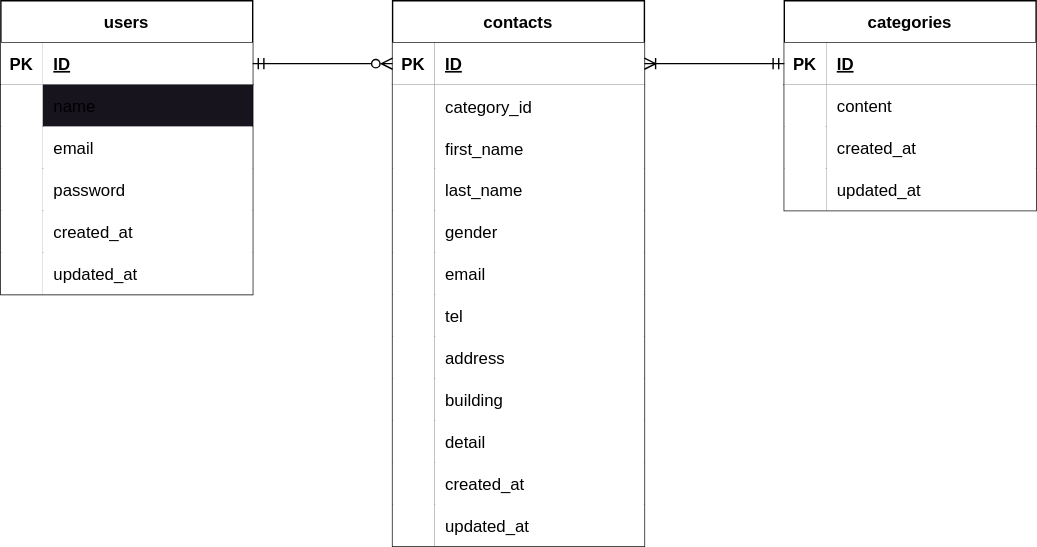
Above: test.drawio.svg in ghshzk/confirmation-test (draw.io), before the change. Source tidied: cells renumbered, new cells last; positions are measured from the earlier drawing's top-left corner, leaving out a move shared by most shapes.
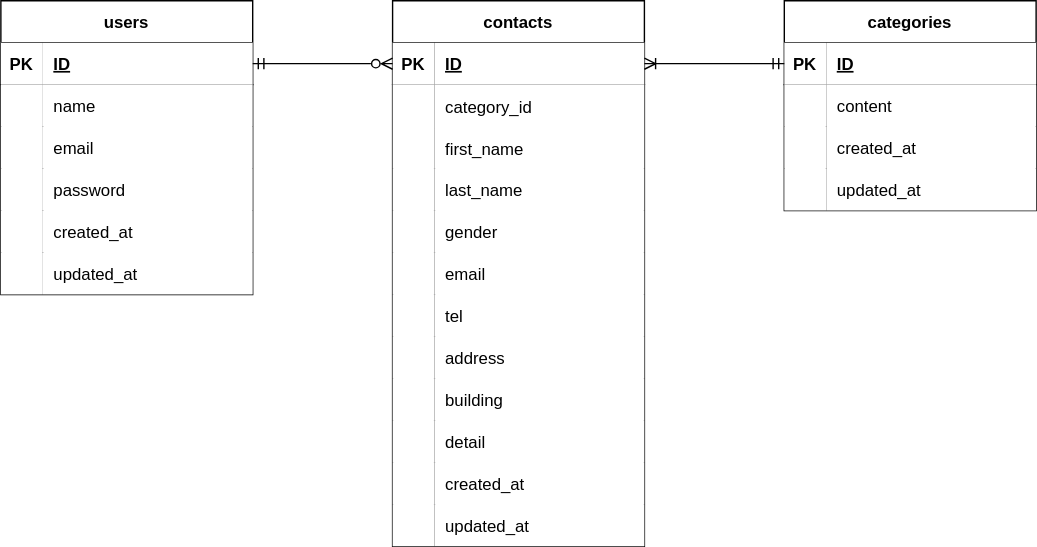
The same file after the commit.

Change to the diagram source:
```diff
@@ -1,4 +1,4 @@
-<mxGraphModel>
+<mxGraphModel background="#ffffff">
   <root>
     <mxCell id="0" />
     <mxCell id="1" parent="0" />
@@ -131,7 +131,7 @@
     <mxCell id="44" style="shape=partialRectangle;top=0;left=0;bottom=0;right=0;overflow=hidden;" parent="43" vertex="1">
       <mxGeometry width="30" height="30" as="geometry" />
     </mxCell>
-    <mxCell id="45" value="name" style="shape=partialRectangle;top=0;left=0;bottom=0;right=0;align=left;spacingLeft=6;overflow=hidden;fillColor=#18141D;" parent="43" vertex="1">
+    <mxCell id="45" value="name" style="shape=partialRectangle;top=0;left=0;bottom=0;right=0;align=left;spacingLeft=6;overflow=hidden;fillColor=default;" parent="43" vertex="1">
       <mxGeometry x="30" width="150" height="30" as="geometry" />
     </mxCell>
     <mxCell id="46" style="shape=tableRow;horizontal=0;startSize=0;swimlaneHead=0;swimlaneBody=0;fillColor=none;top=0;left=0;right=0;bottom=0;" parent="39" vertex="1">
```
